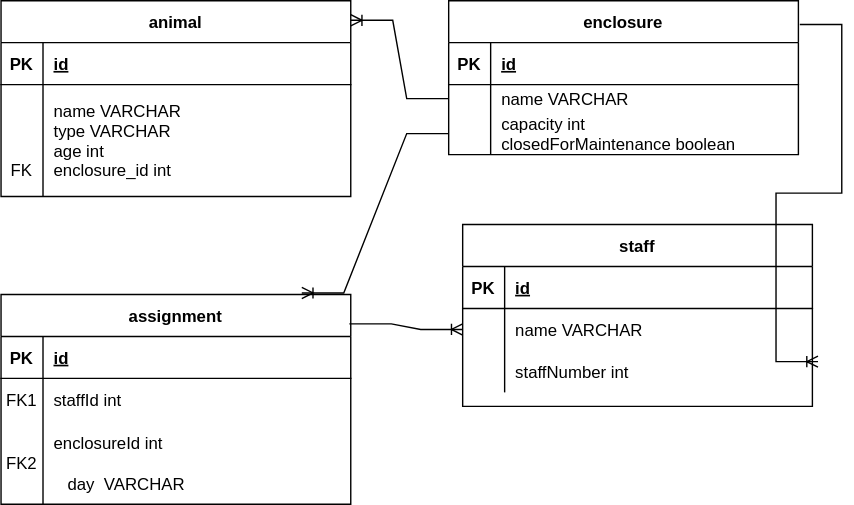
This is SafariERD.svg from bendesousa/safari_lab, a draw.io export, as it was before one commit. Source tidied: cells renumbered, new cells last; positions are measured from the earlier drawing's top-left corner, leaving out a move shared by most shapes. Its diagram source:
```xml
<mxGraphModel>
  <root>
    <mxCell id="0" />
    <mxCell id="1" parent="0" />
    <mxCell id="2" value="enclosure" style="shape=table;startSize=30;rowLines=0;fontStyle=1;align=center;" parent="1" vertex="1">
      <mxGeometry x="320" width="250" height="110" as="geometry" />
    </mxCell>
    <mxCell id="3" style="shape=partialRectangle;fillColor=none;top=0;left=0;right=0;bottom=1;" parent="2" vertex="1">
      <mxGeometry y="30" width="250" height="30" as="geometry" />
    </mxCell>
    <mxCell id="4" value="PK" style="shape=partialRectangle;overflow=hidden;fillColor=none;top=0;left=0;bottom=0;right=0;fontStyle=1;" parent="3" vertex="1">
      <mxGeometry width="30" height="30" as="geometry" />
    </mxCell>
    <mxCell id="5" value="id" style="shape=partialRectangle;overflow=hidden;fillColor=none;top=0;left=0;bottom=0;right=0;align=left;spacingLeft=6;fontStyle=5;" parent="3" vertex="1">
      <mxGeometry x="30" width="220" height="30" as="geometry" />
    </mxCell>
    <mxCell id="6" style="shape=partialRectangle;fillColor=none;points=[[0,0.5],[1,0.5]];portConstraint=eastwest;top=0;left=0;right=0;bottom=0;" parent="2" vertex="1">
      <mxGeometry y="60" width="250" height="20" as="geometry" />
    </mxCell>
    <mxCell id="7" style="shape=partialRectangle;overflow=hidden;fillColor=none;top=0;left=0;bottom=0;right=0;" parent="6" vertex="1">
      <mxGeometry width="30" height="20" as="geometry" />
    </mxCell>
    <mxCell id="8" value="name VARCHAR " style="shape=partialRectangle;overflow=hidden;fillColor=none;top=0;left=0;bottom=0;right=0;align=left;spacingLeft=6;" parent="6" vertex="1">
      <mxGeometry x="30" width="220" height="20" as="geometry" />
    </mxCell>
    <mxCell id="9" style="shape=partialRectangle;fillColor=none;points=[[0,0.5],[1,0.5]];portConstraint=eastwest;top=0;left=0;right=0;bottom=0;" parent="2" vertex="1">
      <mxGeometry y="80" width="250" height="30" as="geometry" />
    </mxCell>
    <mxCell id="10" style="shape=partialRectangle;overflow=hidden;fillColor=none;top=0;left=0;bottom=0;right=0;" parent="9" vertex="1">
      <mxGeometry width="30" height="30" as="geometry" />
    </mxCell>
    <mxCell id="11" value="capacity int&#10;closedForMaintenance boolean" style="shape=partialRectangle;overflow=hidden;fillColor=none;top=0;left=0;bottom=0;right=0;align=left;spacingLeft=6;" parent="9" vertex="1">
      <mxGeometry x="30" width="220" height="30" as="geometry" />
    </mxCell>
    <mxCell id="12" value="staff" style="shape=table;startSize=30;rowLines=0;fontStyle=1;align=center;" parent="1" vertex="1">
      <mxGeometry x="330" y="160" width="250" height="130" as="geometry" />
    </mxCell>
    <mxCell id="13" style="shape=partialRectangle;fillColor=none;top=0;left=0;right=0;bottom=1;" parent="12" vertex="1">
      <mxGeometry y="30" width="250" height="30" as="geometry" />
    </mxCell>
    <mxCell id="14" value="PK" style="shape=partialRectangle;overflow=hidden;fillColor=none;top=0;left=0;bottom=0;right=0;fontStyle=1;" parent="13" vertex="1">
      <mxGeometry width="30" height="30" as="geometry" />
    </mxCell>
    <mxCell id="15" value="id" style="shape=partialRectangle;overflow=hidden;fillColor=none;top=0;left=0;bottom=0;right=0;align=left;spacingLeft=6;fontStyle=5;" parent="13" vertex="1">
      <mxGeometry x="30" width="220" height="30" as="geometry" />
    </mxCell>
    <mxCell id="16" style="shape=partialRectangle;fillColor=none;points=[[0,0.5],[1,0.5]];portConstraint=eastwest;top=0;left=0;right=0;bottom=0;" parent="12" vertex="1">
      <mxGeometry y="60" width="250" height="30" as="geometry" />
    </mxCell>
    <mxCell id="17" style="shape=partialRectangle;overflow=hidden;fillColor=none;top=0;left=0;bottom=0;right=0;" parent="16" vertex="1">
      <mxGeometry width="30" height="30" as="geometry" />
    </mxCell>
    <mxCell id="18" value="name VARCHAR" style="shape=partialRectangle;overflow=hidden;fillColor=none;top=0;left=0;bottom=0;right=0;align=left;spacingLeft=6;" parent="16" vertex="1">
      <mxGeometry x="30" width="220" height="30" as="geometry" />
    </mxCell>
    <mxCell id="19" style="shape=partialRectangle;fillColor=none;points=[[0,0.5],[1,0.5]];portConstraint=eastwest;top=0;left=0;right=0;bottom=0;" parent="12" vertex="1">
      <mxGeometry y="90" width="250" height="30" as="geometry" />
    </mxCell>
    <mxCell id="20" style="shape=partialRectangle;overflow=hidden;fillColor=none;top=0;left=0;bottom=0;right=0;" parent="19" vertex="1">
      <mxGeometry width="30" height="30" as="geometry" />
    </mxCell>
    <mxCell id="21" value="staffNumber int" style="shape=partialRectangle;overflow=hidden;fillColor=none;top=0;left=0;bottom=0;right=0;align=left;spacingLeft=6;" parent="19" vertex="1">
      <mxGeometry x="30" width="220" height="30" as="geometry" />
    </mxCell>
    <mxCell id="22" value="animal" style="shape=table;startSize=30;rowLines=0;fontStyle=1;align=center;" parent="1" vertex="1">
      <mxGeometry width="250" height="140" as="geometry" />
    </mxCell>
    <mxCell id="23" style="shape=partialRectangle;fillColor=none;top=0;left=0;right=0;bottom=1;" parent="22" vertex="1">
      <mxGeometry y="30" width="250" height="30" as="geometry" />
    </mxCell>
    <mxCell id="24" value="PK" style="shape=partialRectangle;overflow=hidden;fillColor=none;top=0;left=0;bottom=0;right=0;fontStyle=1;" parent="23" vertex="1">
      <mxGeometry width="30" height="30" as="geometry" />
    </mxCell>
    <mxCell id="25" value="id" style="shape=partialRectangle;overflow=hidden;fillColor=none;top=0;left=0;bottom=0;right=0;align=left;spacingLeft=6;fontStyle=5;" parent="23" vertex="1">
      <mxGeometry x="30" width="220" height="30" as="geometry" />
    </mxCell>
    <mxCell id="26" style="shape=partialRectangle;fillColor=none;top=0;left=0;right=0;bottom=0;" parent="22" vertex="1">
      <mxGeometry y="60" width="250" height="80" as="geometry" />
    </mxCell>
    <mxCell id="27" value="&#10;&#10;&#10;FK" style="shape=partialRectangle;overflow=hidden;fillColor=none;top=0;left=0;bottom=0;right=0;" parent="26" vertex="1">
      <mxGeometry width="30" height="80" as="geometry" />
    </mxCell>
    <mxCell id="28" value="name VARCHAR&#10;type VARCHAR&#10;age int&#10;enclosure_id int " style="shape=partialRectangle;overflow=hidden;fillColor=none;top=0;left=0;bottom=0;right=0;align=left;spacingLeft=6;" parent="26" vertex="1">
      <mxGeometry x="30" width="220" height="80" as="geometry" />
    </mxCell>
    <mxCell id="29" value="assignment" style="shape=table;startSize=30;rowLines=0;fontStyle=1;align=center;" parent="1" vertex="1">
      <mxGeometry y="210" width="250" height="150" as="geometry" />
    </mxCell>
    <mxCell id="30" style="shape=partialRectangle;fillColor=none;top=0;left=0;right=0;bottom=1;" parent="29" vertex="1">
      <mxGeometry y="30" width="250" height="30" as="geometry" />
    </mxCell>
    <mxCell id="31" value="PK" style="shape=partialRectangle;overflow=hidden;fillColor=none;top=0;left=0;bottom=0;right=0;fontStyle=1;" parent="30" vertex="1">
      <mxGeometry width="30" height="30" as="geometry" />
    </mxCell>
    <mxCell id="32" value="id" style="shape=partialRectangle;overflow=hidden;fillColor=none;top=0;left=0;bottom=0;right=0;align=left;spacingLeft=6;fontStyle=5;" parent="30" vertex="1">
      <mxGeometry x="30" width="220" height="30" as="geometry" />
    </mxCell>
    <mxCell id="33" style="shape=partialRectangle;fillColor=none;top=0;left=0;right=0;bottom=0;" parent="29" vertex="1">
      <mxGeometry y="60" width="250" height="30" as="geometry" />
    </mxCell>
    <mxCell id="34" value="FK1" style="shape=partialRectangle;overflow=hidden;fillColor=none;top=0;left=0;bottom=0;right=0;" parent="33" vertex="1">
      <mxGeometry width="30" height="30" as="geometry" />
    </mxCell>
    <mxCell id="35" value="staffId int" style="shape=partialRectangle;overflow=hidden;fillColor=none;top=0;left=0;bottom=0;right=0;align=left;spacingLeft=6;" parent="33" vertex="1">
      <mxGeometry x="30" width="220" height="30" as="geometry" />
    </mxCell>
    <mxCell id="36" style="shape=partialRectangle;fillColor=none;top=0;left=0;right=0;bottom=0;" parent="29" vertex="1">
      <mxGeometry y="90" width="250" height="60" as="geometry" />
    </mxCell>
    <mxCell id="37" value="FK2" style="shape=partialRectangle;overflow=hidden;fillColor=none;top=0;left=0;bottom=0;right=0;" parent="36" vertex="1">
      <mxGeometry width="30" height="60" as="geometry" />
    </mxCell>
    <mxCell id="38" value="enclosureId int&#10;&#10;" style="shape=partialRectangle;overflow=hidden;fillColor=none;top=0;left=0;bottom=0;right=0;align=left;spacingLeft=6;" parent="36" vertex="1">
      <mxGeometry x="30" width="220" height="60" as="geometry" />
    </mxCell>
    <mxCell id="39" value="day  VARCHAR" style="shape=partialRectangle;overflow=hidden;fillColor=none;top=0;left=0;bottom=0;right=0;align=left;spacingLeft=6;" parent="1" vertex="1">
      <mxGeometry x="40" y="330" width="220" height="30" as="geometry" />
    </mxCell>
    <mxCell id="40" style="edgeStyle=entityRelationEdgeStyle;fontSize=12;html=1;endArrow=ERoneToMany;rounded=0;exitX=0;exitY=0.5;exitDx=0;exitDy=0;entryX=1;entryY=0.1;entryDx=0;entryDy=0;entryPerimeter=0;" parent="1" edge="1" source="6" target="22">
      <mxGeometry relative="1" as="geometry" />
    </mxCell>
    <mxCell id="41" style="edgeStyle=entityRelationEdgeStyle;fontSize=12;html=1;endArrow=ERoneToMany;rounded=0;exitX=0.996;exitY=0.14;exitDx=0;exitDy=0;exitPerimeter=0;" parent="1" edge="1" source="29" target="16">
      <mxGeometry relative="1" as="geometry" />
    </mxCell>
    <mxCell id="42" style="edgeStyle=entityRelationEdgeStyle;fontSize=12;html=1;endArrow=ERoneToMany;rounded=0;exitX=1.004;exitY=0.155;exitDx=0;exitDy=0;exitPerimeter=0;entryX=1.016;entryY=0.267;entryDx=0;entryDy=0;entryPerimeter=0;" parent="1" edge="1" source="2" target="19">
      <mxGeometry relative="1" as="geometry" />
    </mxCell>
    <mxCell id="43" style="edgeStyle=entityRelationEdgeStyle;fontSize=12;html=1;endArrow=ERoneToMany;rounded=0;entryX=0.86;entryY=-0.007;entryDx=0;entryDy=0;entryPerimeter=0;exitX=0;exitY=0.5;exitDx=0;exitDy=0;" parent="1" edge="1" source="9" target="29">
      <mxGeometry relative="1" as="geometry" />
    </mxCell>
  </root>
</mxGraphModel>
```
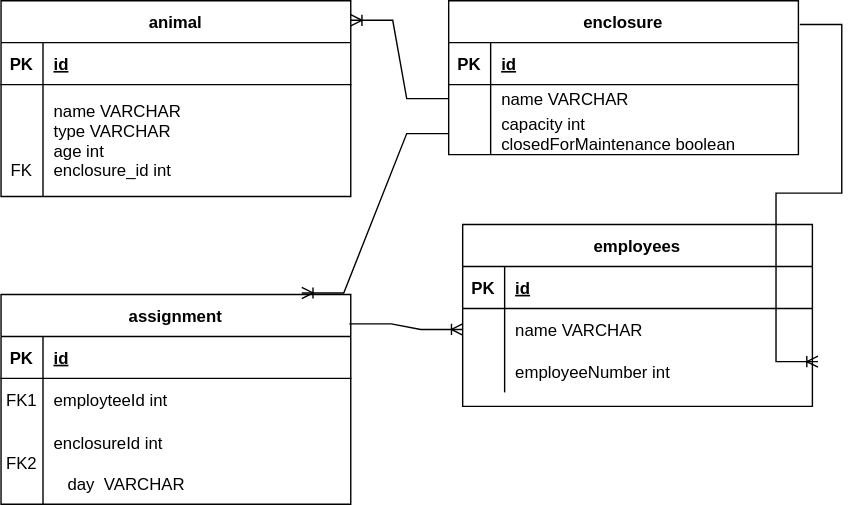
The same diagram one commit later.

Commit message:
edidted erd

The edit, as a diff of the source:
```diff
@@ -32,7 +32,7 @@
     <mxCell id="11" value="capacity int&#10;closedForMaintenance boolean" style="shape=partialRectangle;overflow=hidden;fillColor=none;top=0;left=0;bottom=0;right=0;align=left;spacingLeft=6;" parent="9" vertex="1">
       <mxGeometry x="30" width="220" height="30" as="geometry" />
     </mxCell>
-    <mxCell id="12" value="staff" style="shape=table;startSize=30;rowLines=0;fontStyle=1;align=center;" parent="1" vertex="1">
+    <mxCell id="12" value="employees" style="shape=table;startSize=30;rowLines=0;fontStyle=1;align=center;" parent="1" vertex="1">
       <mxGeometry x="330" y="160" width="250" height="130" as="geometry" />
     </mxCell>
     <mxCell id="13" style="shape=partialRectangle;fillColor=none;top=0;left=0;right=0;bottom=1;" parent="12" vertex="1">
@@ -59,7 +59,7 @@
     <mxCell id="20" style="shape=partialRectangle;overflow=hidden;fillColor=none;top=0;left=0;bottom=0;right=0;" parent="19" vertex="1">
       <mxGeometry width="30" height="30" as="geometry" />
     </mxCell>
-    <mxCell id="21" value="staffNumber int" style="shape=partialRectangle;overflow=hidden;fillColor=none;top=0;left=0;bottom=0;right=0;align=left;spacingLeft=6;" parent="19" vertex="1">
+    <mxCell id="21" value="employeeNumber int" style="shape=partialRectangle;overflow=hidden;fillColor=none;top=0;left=0;bottom=0;right=0;align=left;spacingLeft=6;" parent="19" vertex="1">
       <mxGeometry x="30" width="220" height="30" as="geometry" />
     </mxCell>
     <mxCell id="22" value="animal" style="shape=table;startSize=30;rowLines=0;fontStyle=1;align=center;" parent="1" vertex="1">
@@ -101,7 +101,7 @@
     <mxCell id="34" value="FK1" style="shape=partialRectangle;overflow=hidden;fillColor=none;top=0;left=0;bottom=0;right=0;" parent="33" vertex="1">
       <mxGeometry width="30" height="30" as="geometry" />
     </mxCell>
-    <mxCell id="35" value="staffId int" style="shape=partialRectangle;overflow=hidden;fillColor=none;top=0;left=0;bottom=0;right=0;align=left;spacingLeft=6;" parent="33" vertex="1">
+    <mxCell id="35" value="employteeId int" style="shape=partialRectangle;overflow=hidden;fillColor=none;top=0;left=0;bottom=0;right=0;align=left;spacingLeft=6;" parent="33" vertex="1">
       <mxGeometry x="30" width="220" height="30" as="geometry" />
     </mxCell>
     <mxCell id="36" style="shape=partialRectangle;fillColor=none;top=0;left=0;right=0;bottom=0;" parent="29" vertex="1">
```
